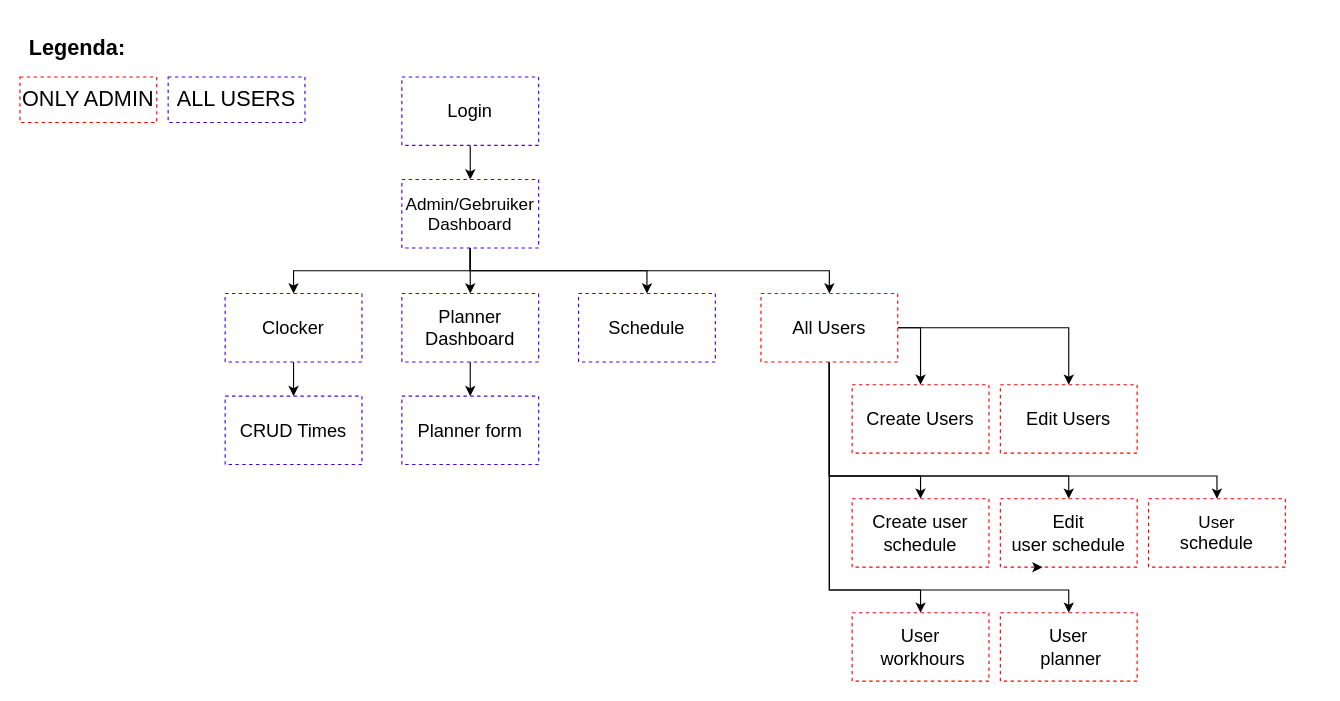
JanwillemWiltingh/jg-project keeps this draw.io diagram as Documentatie/kerntaak 1/TO extra bestanden/navigatie structuur.drawio. Above is the earlier version. Source tidied: cells renumbered, new cells numbered last; positions are measured from the earlier drawing's top-left corner, leaving out a move shared by most shapes. Both pictures are drawn from the tidied source at 114%, with x=0, y=0 at pixel (19, 19).
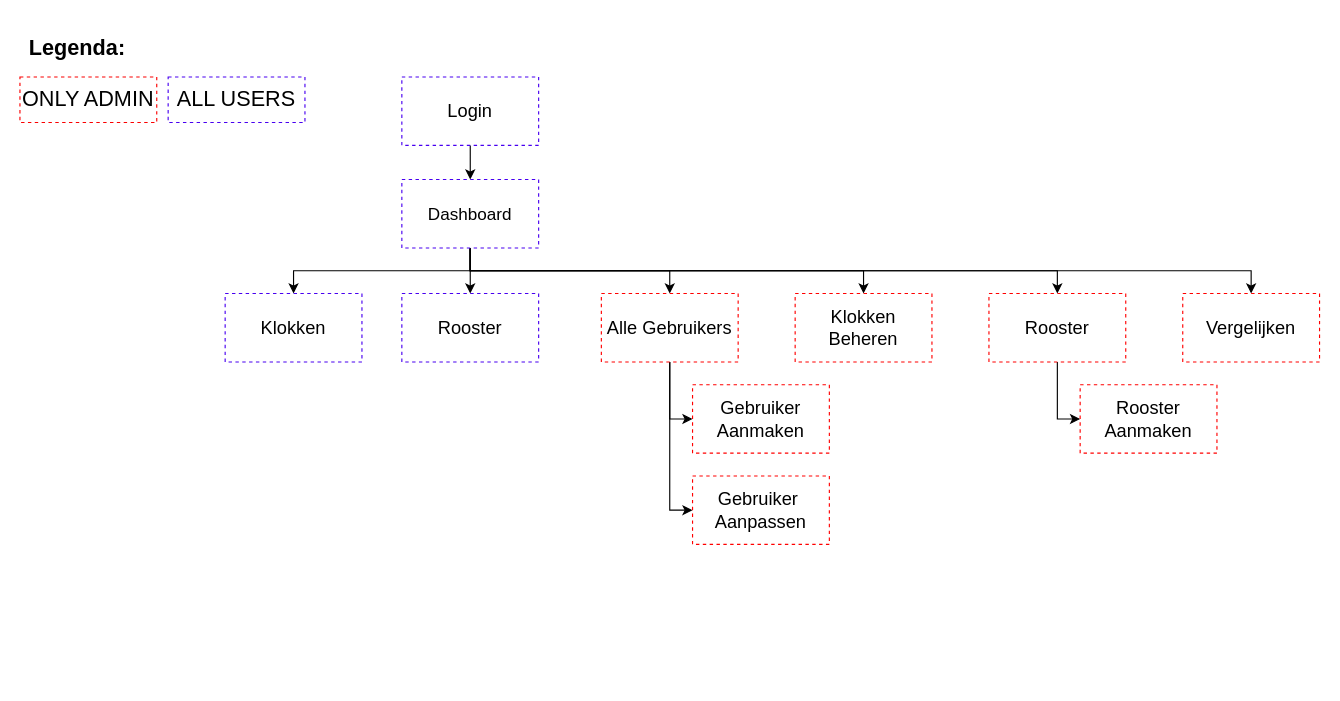
After the change.

The edit, as a diff of the source:
```diff
@@
-    <mxCell id="2" value="&lt;font style=&quot;font-size: 16px&quot;&gt;Schedule&lt;/font&gt;" style="rounded=0;whiteSpace=wrap;html=1;strokeWidth=1;dashed=1;strokeColor=#4800F0;" parent="1" vertex="1">
-      <mxGeometry x="490" y="240" width="120" height="60" as="geometry" />
+    <mxCell id="2" value="&lt;font style=&quot;font-size: 16px&quot;&gt;Rooster&lt;/font&gt;" style="rounded=0;whiteSpace=wrap;html=1;strokeWidth=1;dashed=1;strokeColor=#4800F0;" parent="1" vertex="1">
+      <mxGeometry x="335" y="240" width="120" height="60" as="geometry" />
     </mxCell>
-    <mxCell id="3" style="edgeStyle=orthogonalEdgeStyle;rounded=0;jettySize=auto;html=1;entryX=0.5;entryY=0;entryDx=0;entryDy=0;" parent="1" edge="1" source="4" target="14">
-      <mxGeometry relative="1" as="geometry" />
-    </mxCell>
-    <mxCell id="4" value="&lt;font style=&quot;font-size: 16px&quot;&gt;Planner&lt;br&gt;Dashboard&lt;/font&gt;" style="rounded=0;whiteSpace=wrap;html=1;strokeWidth=1;dashed=1;strokeColor=#4800F0;" parent="1" vertex="1">
-      <mxGeometry x="335" y="240" width="120" height="60" as="geometry" />
-    </mxCell>
-    <mxCell id="5" style="edgeStyle=orthogonalEdgeStyle;rounded=0;jettySize=auto;html=1;" parent="1" edge="1" source="9" target="4">
+    <mxCell id="5" style="edgeStyle=orthogonalEdgeStyle;rounded=0;jettySize=auto;html=1;entryX=0.5;entryY=0;entryDx=0;entryDy=0;" parent="1" edge="1" source="9" target="2">
       <mxGeometry relative="1" as="geometry" />
     </mxCell>
@@
-    <mxCell id="7" style="edgeStyle=orthogonalEdgeStyle;rounded=0;jettySize=auto;html=1;" parent="1" edge="1" source="9" target="2">
-      <mxGeometry relative="1" as="geometry">
-        <Array as="points">
-          <mxPoint x="395" y="220" />
-          <mxPoint x="550" y="220" />
-        </Array>
-      </mxGeometry>
-    </mxCell>
-    <mxCell id="8" style="edgeStyle=orthogonalEdgeStyle;rounded=0;jettySize=auto;html=1;" parent="1" edge="1" source="9" target="23">
+    <mxCell id="8" style="edgeStyle=orthogonalEdgeStyle;rounded=0;jettySize=auto;html=1;entryX=0.5;entryY=0;entryDx=0;entryDy=0;" parent="1" edge="1" source="9" target="23">
       <mxGeometry relative="1" as="geometry">
         <Array as="points">
           <mxPoint x="395" y="220" />
-          <mxPoint x="710" y="220" />
+          <mxPoint x="570" y="220" />
         </Array>
       </mxGeometry>
     </mxCell>
+    <mxCell id="35" style="edgeStyle=orthogonalEdgeStyle;rounded=0;jettySize=auto;html=1;entryX=0.5;entryY=0;entryDx=0;entryDy=0;" parent="1" edge="1" source="9" target="38">
+      <mxGeometry relative="1" as="geometry">
+        <Array as="points">
+          <mxPoint x="395" y="220" />
+          <mxPoint x="740" y="220" />
+        </Array>
+      </mxGeometry>
+    </mxCell>
+    <mxCell id="36" style="edgeStyle=orthogonalEdgeStyle;rounded=0;jettySize=auto;html=1;entryX=0.5;entryY=0;entryDx=0;entryDy=0;" parent="1" edge="1" source="9" target="40">
+      <mxGeometry relative="1" as="geometry">
+        <Array as="points">
+          <mxPoint x="395" y="220" />
+          <mxPoint x="910" y="220" />
+        </Array>
+      </mxGeometry>
+    </mxCell>
+    <mxCell id="37" style="edgeStyle=orthogonalEdgeStyle;rounded=0;jettySize=auto;html=1;" parent="1" edge="1" source="9" target="41">
+      <mxGeometry relative="1" as="geometry">
+        <Array as="points">
+          <mxPoint x="395" y="220" />
+          <mxPoint x="1080" y="220" />
+        </Array>
+      </mxGeometry>
+    </mxCell>
-    <mxCell id="9" value="&lt;font style=&quot;font-size: 15px&quot;&gt;Admin/Gebruiker&lt;br&gt;Dashboard&lt;/font&gt;" style="rounded=0;whiteSpace=wrap;html=1;strokeWidth=1;dashed=1;strokeColor=#4800F0;" parent="1" vertex="1">
+    <mxCell id="9" value="&lt;span style=&quot;font-size: 15px&quot;&gt;Dashboard&lt;/span&gt;" style="rounded=0;whiteSpace=wrap;html=1;strokeWidth=1;dashed=1;strokeColor=#4800F0;" parent="1" vertex="1">
       <mxGeometry x="335" y="140" width="120" height="60" as="geometry" />
     </mxCell>
@@
-    <mxCell id="12" style="edgeStyle=orthogonalEdgeStyle;rounded=0;jettySize=auto;html=1;entryX=0.5;entryY=0;entryDx=0;entryDy=0;" parent="1" edge="1" source="13" target="15">
-      <mxGeometry relative="1" as="geometry" />
-    </mxCell>
-    <mxCell id="13" value="&lt;font style=&quot;font-size: 16px&quot;&gt;Clocker&lt;/font&gt;" style="rounded=0;whiteSpace=wrap;html=1;strokeWidth=1;dashed=1;strokeColor=#4800F0;" parent="1" vertex="1">
+    <mxCell id="13" value="&lt;font style=&quot;font-size: 16px&quot;&gt;Klokken&lt;/font&gt;" style="rounded=0;whiteSpace=wrap;html=1;strokeWidth=1;dashed=1;strokeColor=#4800F0;" parent="1" vertex="1">
       <mxGeometry x="180" y="240" width="120" height="60" as="geometry" />
     </mxCell>
-    <mxCell id="14" value="&lt;font style=&quot;font-size: 16px&quot;&gt;Planner form&lt;/font&gt;" style="rounded=0;whiteSpace=wrap;html=1;strokeWidth=1;dashed=1;strokeColor=#4800F0;" parent="1" vertex="1">
-      <mxGeometry x="335" y="330" width="120" height="60" as="geometry" />
-    </mxCell>
-    <mxCell id="15" value="&lt;font style=&quot;font-size: 16px&quot;&gt;CRUD Times&lt;/font&gt;" style="rounded=0;whiteSpace=wrap;html=1;strokeWidth=1;dashed=1;strokeColor=#4800F0;" parent="1" vertex="1">
-      <mxGeometry x="180" y="330" width="120" height="60" as="geometry" />
-    </mxCell>
-    <mxCell id="16" style="edgeStyle=orthogonalEdgeStyle;rounded=0;jettySize=auto;html=1;entryX=0.5;entryY=0;entryDx=0;entryDy=0;exitX=1;exitY=0.5;exitDx=0;exitDy=0;" parent="1" edge="1" source="23" target="27">
+    <mxCell id="16" style="edgeStyle=orthogonalEdgeStyle;rounded=0;jettySize=auto;html=1;entryX=0;entryY=0.5;entryDx=0;entryDy=0;exitX=0.5;exitY=1;exitDx=0;exitDy=0;" parent="1" edge="1" source="23" target="27">
       <mxGeometry relative="1" as="geometry">
         <Array as="points">
-          <mxPoint x="790" y="270" />
+          <mxPoint x="570" y="350" />
         </Array>
       </mxGeometry>
     </mxCell>
-    <mxCell id="17" style="edgeStyle=orthogonalEdgeStyle;rounded=0;jettySize=auto;html=1;entryX=0.5;entryY=0;entryDx=0;entryDy=0;" parent="1" edge="1" source="23" target="28">
+    <mxCell id="17" style="edgeStyle=orthogonalEdgeStyle;rounded=0;jettySize=auto;html=1;entryX=0;entryY=0.5;entryDx=0;entryDy=0;" parent="1" edge="1" source="23" target="28">
       <mxGeometry relative="1" as="geometry">
         <Array as="points">
-          <mxPoint x="920" y="270" />
+          <mxPoint x="570" y="430" />
         </Array>
       </mxGeometry>
     </mxCell>
-    <mxCell id="18" style="edgeStyle=orthogonalEdgeStyle;rounded=0;jettySize=auto;html=1;entryX=0.5;entryY=0;entryDx=0;entryDy=0;" parent="1" edge="1" source="23" target="29">
-      <mxGeometry relative="1" as="geometry">
-        <Array as="points">
-          <mxPoint x="710" y="400" />
-          <mxPoint x="790" y="400" />
-        </Array>
-      </mxGeometry>
-    </mxCell>
-    <mxCell id="19" style="edgeStyle=orthogonalEdgeStyle;rounded=0;jettySize=auto;html=1;entryX=0.5;entryY=0;entryDx=0;entryDy=0;" parent="1" edge="1" source="23" target="30">
-      <mxGeometry relative="1" as="geometry">
-        <Array as="points">
-          <mxPoint x="710" y="400" />
-          <mxPoint x="920" y="400" />
-        </Array>
-      </mxGeometry>
-    </mxCell>
-    <mxCell id="20" style="edgeStyle=orthogonalEdgeStyle;rounded=0;jettySize=auto;html=1;" parent="1" edge="1" source="23" target="31">
-      <mxGeometry relative="1" as="geometry">
-        <Array as="points">
-          <mxPoint x="710" y="500" />
-          <mxPoint x="790" y="500" />
-        </Array>
-      </mxGeometry>
-    </mxCell>
-    <mxCell id="21" style="edgeStyle=orthogonalEdgeStyle;rounded=0;jettySize=auto;html=1;entryX=0.5;entryY=0;entryDx=0;entryDy=0;" parent="1" edge="1" source="23" target="32">
-      <mxGeometry relative="1" as="geometry">
-        <Array as="points">
-          <mxPoint x="710" y="500" />
-          <mxPoint x="920" y="500" />
-        </Array>
-      </mxGeometry>
-    </mxCell>
-    <mxCell id="22" style="edgeStyle=orthogonalEdgeStyle;rounded=0;jettySize=auto;html=1;entryX=0.5;entryY=0;entryDx=0;entryDy=0;" parent="1" edge="1" source="23" target="33">
-      <mxGeometry relative="1" as="geometry">
-        <Array as="points">
-          <mxPoint x="710" y="400" />
-          <mxPoint x="1050" y="400" />
-        </Array>
-      </mxGeometry>
-    </mxCell>
-    <mxCell id="23" value="&lt;font style=&quot;font-size: 16px&quot;&gt;All Users&lt;/font&gt;" style="rounded=0;whiteSpace=wrap;html=1;strokeWidth=1;dashed=1;strokeColor=#FF0000;" parent="1" vertex="1">
-      <mxGeometry x="650" y="240" width="120" height="60" as="geometry" />
+    <mxCell id="23" value="&lt;font style=&quot;font-size: 16px&quot;&gt;Alle Gebruikers&lt;/font&gt;" style="rounded=0;whiteSpace=wrap;html=1;strokeWidth=1;dashed=1;strokeColor=#FF0000;" parent="1" vertex="1">
+      <mxGeometry x="510" y="240" width="120" height="60" as="geometry" />
     </mxCell>
@@
-    <mxCell id="27" value="&lt;font style=&quot;font-size: 16px&quot;&gt;Create Users&lt;/font&gt;" style="rounded=0;whiteSpace=wrap;html=1;strokeWidth=1;dashed=1;strokeColor=#FF0000;" parent="1" vertex="1">
-      <mxGeometry x="730" y="320" width="120" height="60" as="geometry" />
+    <mxCell id="27" value="&lt;span style=&quot;font-size: 16px&quot;&gt;Gebruiker Aanmaken&lt;/span&gt;" style="rounded=0;whiteSpace=wrap;html=1;strokeWidth=1;dashed=1;strokeColor=#FF0000;" parent="1" vertex="1">
+      <mxGeometry x="590" y="320" width="120" height="60" as="geometry" />
     </mxCell>
-    <mxCell id="28" value="&lt;font style=&quot;font-size: 16px&quot;&gt;Edit Users&lt;/font&gt;" style="rounded=0;whiteSpace=wrap;html=1;strokeWidth=1;dashed=1;strokeColor=#FF0000;" parent="1" vertex="1">
-      <mxGeometry x="860" y="320" width="120" height="60" as="geometry" />
+    <mxCell id="28" value="&lt;font style=&quot;font-size: 16px&quot;&gt;Gebruiker&amp;nbsp;&lt;br&gt;Aanpassen&lt;br&gt;&lt;/font&gt;" style="rounded=0;whiteSpace=wrap;html=1;strokeWidth=1;dashed=1;strokeColor=#FF0000;" parent="1" vertex="1">
+      <mxGeometry x="590" y="400" width="120" height="60" as="geometry" />
     </mxCell>
-    <mxCell id="29" value="&lt;font style=&quot;font-size: 16px&quot;&gt;Create user schedule&lt;/font&gt;" style="rounded=0;whiteSpace=wrap;html=1;strokeWidth=1;dashed=1;strokeColor=#FF0000;" parent="1" vertex="1">
-      <mxGeometry x="730" y="420" width="120" height="60" as="geometry" />
-    </mxCell>
-    <mxCell id="30" value="&lt;font style=&quot;font-size: 16px&quot;&gt;Edit &lt;br&gt;user&amp;nbsp;&lt;/font&gt;&lt;span style=&quot;font-size: 16px&quot;&gt;schedule&lt;/span&gt;" style="rounded=0;whiteSpace=wrap;html=1;strokeWidth=1;dashed=1;strokeColor=#FF0000;" parent="1" vertex="1">
-      <mxGeometry x="860" y="420" width="120" height="60" as="geometry" />
-    </mxCell>
-    <mxCell id="31" value="&lt;font style=&quot;font-size: 16px&quot;&gt;User&lt;br&gt;&amp;nbsp;workhours&lt;/font&gt;" style="rounded=0;whiteSpace=wrap;html=1;strokeWidth=1;dashed=1;strokeColor=#FF0000;" parent="1" vertex="1">
-      <mxGeometry x="730" y="520" width="120" height="60" as="geometry" />
-    </mxCell>
-    <mxCell id="32" value="&lt;font style=&quot;font-size: 16px&quot;&gt;User&lt;br&gt;&amp;nbsp;planner&lt;/font&gt;" style="rounded=0;whiteSpace=wrap;html=1;strokeWidth=1;dashed=1;strokeColor=#FF0000;" parent="1" vertex="1">
-      <mxGeometry x="860" y="520" width="120" height="60" as="geometry" />
-    </mxCell>
-    <mxCell id="33" value="&lt;font style=&quot;font-size: 15px&quot;&gt;User&lt;br&gt;&lt;span style=&quot;font-size: 16px&quot;&gt;schedule&lt;/span&gt;&lt;br&gt;&lt;/font&gt;" style="rounded=0;whiteSpace=wrap;html=1;strokeWidth=1;dashed=1;strokeColor=#FF0000;" parent="1" vertex="1">
-      <mxGeometry x="990" y="420" width="120" height="60" as="geometry" />
-    </mxCell>
-    <mxCell id="34" style="edgeStyle=orthogonalEdgeStyle;rounded=0;orthogonalLoop=1;jettySize=auto;html=1;exitX=0.25;exitY=1;exitDx=0;exitDy=0;entryX=0.308;entryY=0.997;entryDx=0;entryDy=0;entryPerimeter=0;" parent="1" edge="1" source="30" target="30">
-      <mxGeometry relative="1" as="geometry" />
-    </mxCell>
+    <mxCell id="38" value="&lt;font style=&quot;font-size: 16px&quot;&gt;Klokken&lt;br&gt;Beheren&lt;br&gt;&lt;/font&gt;" style="rounded=0;whiteSpace=wrap;html=1;strokeWidth=1;dashed=1;strokeColor=#FF0000;" parent="1" vertex="1">
+      <mxGeometry x="680" y="240" width="120" height="60" as="geometry" />
+    </mxCell>
+    <mxCell id="39" style="edgeStyle=orthogonalEdgeStyle;rounded=0;jettySize=auto;html=1;entryX=0;entryY=0.5;entryDx=0;entryDy=0;" parent="1" edge="1" source="40" target="42">
+      <mxGeometry relative="1" as="geometry" />
+    </mxCell>
+    <mxCell id="40" value="&lt;font style=&quot;font-size: 16px&quot;&gt;Rooster&lt;br&gt;&lt;/font&gt;" style="rounded=0;whiteSpace=wrap;html=1;strokeWidth=1;dashed=1;strokeColor=#FF0000;" parent="1" vertex="1">
+      <mxGeometry x="850" y="240" width="120" height="60" as="geometry" />
+    </mxCell>
+    <mxCell id="41" value="&lt;font style=&quot;font-size: 16px&quot;&gt;Vergelijken&lt;br&gt;&lt;/font&gt;" style="rounded=0;whiteSpace=wrap;html=1;strokeWidth=1;dashed=1;strokeColor=#FF0000;" parent="1" vertex="1">
+      <mxGeometry x="1020" y="240" width="120" height="60" as="geometry" />
+    </mxCell>
+    <mxCell id="42" value="&lt;font style=&quot;font-size: 16px&quot;&gt;Rooster&lt;br&gt;Aanmaken&lt;br&gt;&lt;/font&gt;" style="rounded=0;whiteSpace=wrap;html=1;strokeWidth=1;dashed=1;strokeColor=#FF0000;" parent="1" vertex="1">
+      <mxGeometry x="930" y="320" width="120" height="60" as="geometry" />
+    </mxCell>
```
